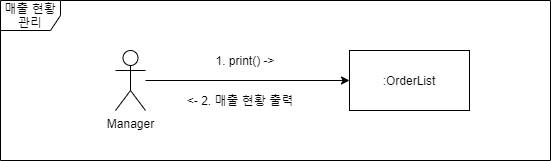
Earlier version of the draw.io export 상세명세서/Behavioral Model/communication diagram/매출현황관리 communication diagram.png (distroytest/KNUSD-20202-Team05). Source tidied: cells renumbered, new cells last; positions are measured from the earlier drawing's top-left corner, leaving out a move shared by most shapes.
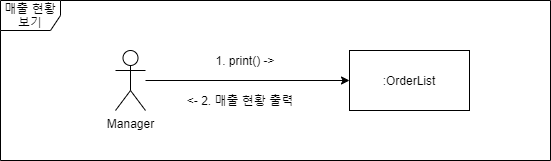
Later version of the same file.

Commit message:
Update 매출현황관리 communication diagram.png

What changed in the source:
```diff
@@ -14,7 +14,7 @@
     <mxCell id="5" value="1. print() -&amp;gt;" style="text;html=1;strokeColor=none;fillColor=none;align=center;verticalAlign=middle;whiteSpace=wrap;rounded=0;" parent="1" vertex="1">
       <mxGeometry x="160" y="50" width="170" height="20" as="geometry" />
     </mxCell>
-    <mxCell id="6" value="매출 현황 관리" style="shape=umlFrame;whiteSpace=wrap;html=1;" parent="1" vertex="1">
+    <mxCell id="6" value="매출 현황 보기" style="shape=umlFrame;whiteSpace=wrap;html=1;" parent="1" vertex="1">
       <mxGeometry width="550" height="160" as="geometry" />
     </mxCell>
     <mxCell id="7" value="&amp;lt;- 2. 매출 현황 출력" style="text;html=1;strokeColor=none;fillColor=none;align=center;verticalAlign=middle;whiteSpace=wrap;rounded=0;" parent="1" vertex="1">
```
